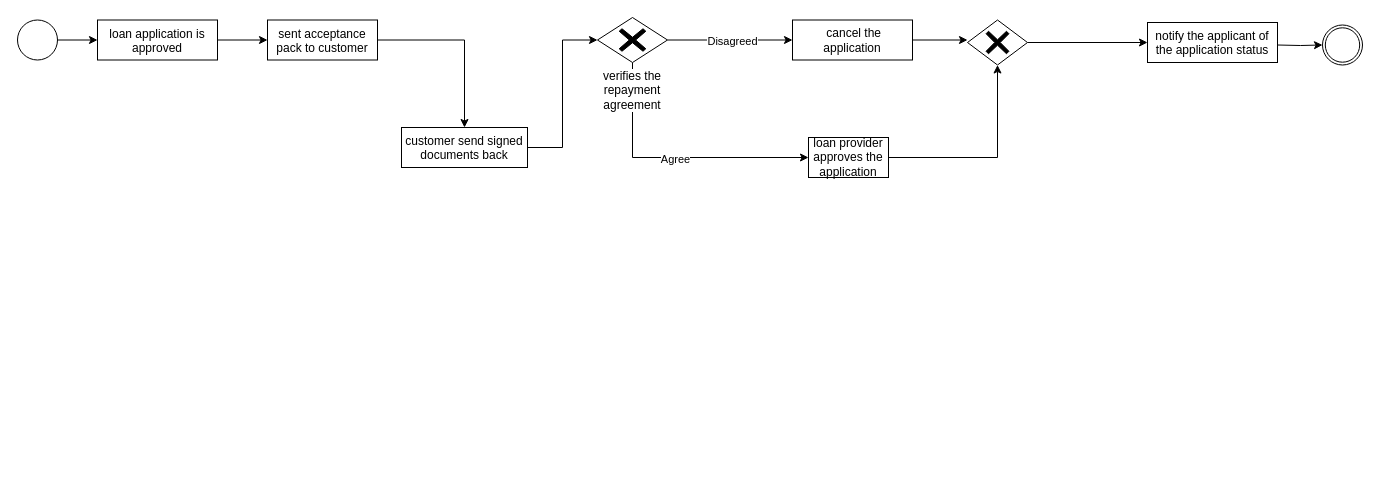
Earlier version of the draw.io diagram 3.2.drawio (20104796/Enterprise-Architecture). Source tidied: cells renumbered, new cells numbered last; positions are measured from the earlier drawing's top-left corner, leaving out a move shared by most shapes. Both pictures are drawn from the tidied source at 100%, with x=0, y=0 at pixel (17, 17).
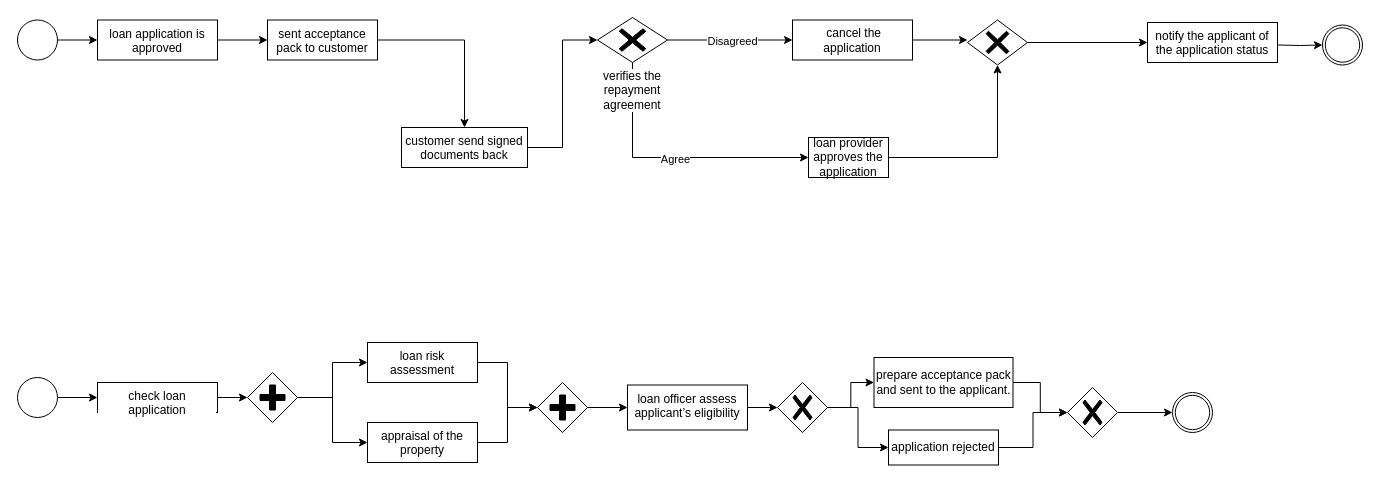
The same diagram, later.

Diff of the diagram source:
```diff
@@
+    <mxCell id="24" style="edgeStyle=orthogonalEdgeStyle;rounded=0;jettySize=auto;html=1;" parent="1" edge="1" source="25" target="26">
+      <mxGeometry relative="1" as="geometry" />
+    </mxCell>
+    <mxCell id="25" style="points=[[0.145,0.145,0],[0.5,0,0],[0.855,0.145,0],[1,0.5,0],[0.855,0.855,0],[0.5,1,0],[0.145,0.855,0],[0,0.5,0]];shape=mxgraph.bpmn.event;html=1;verticalLabelPosition=bottom;labelBackgroundColor=#ffffff;verticalAlign=top;align=center;perimeter=ellipsePerimeter;outlineConnect=0;outline=standard;symbol=general;" parent="1" vertex="1">
+      <mxGeometry y="360" width="40" height="40" as="geometry" />
+    </mxCell>
+    <mxCell id="26" value="check loan application " style="whiteSpace=wrap;html=1;verticalAlign=top;labelBackgroundColor=#ffffff;" parent="1" vertex="1">
+      <mxGeometry x="80" y="365" width="120" height="30" as="geometry" />
+    </mxCell>
+    <mxCell id="27" style="edgeStyle=orthogonalEdgeStyle;rounded=0;jettySize=auto;html=1;entryX=0;entryY=0.5;entryDx=0;entryDy=0;" parent="1" edge="1" source="29" target="31">
+      <mxGeometry relative="1" as="geometry" />
+    </mxCell>
+    <mxCell id="28" style="edgeStyle=orthogonalEdgeStyle;rounded=0;jettySize=auto;html=1;entryX=0;entryY=0.5;entryDx=0;entryDy=0;" parent="1" edge="1" source="29" target="32">
+      <mxGeometry relative="1" as="geometry" />
+    </mxCell>
+    <mxCell id="29" style="points=[[0.25,0.25,0],[0.5,0,0],[0.75,0.25,0],[1,0.5,0],[0.75,0.75,0],[0.5,1,0],[0.25,0.75,0],[0,0.5,0]];shape=mxgraph.bpmn.gateway2;html=1;verticalLabelPosition=bottom;labelBackgroundColor=#ffffff;verticalAlign=top;align=center;perimeter=rhombusPerimeter;outlineConnect=0;outline=none;symbol=none;gwType=parallel;" parent="1" vertex="1">
+      <mxGeometry x="230" y="355" width="50" height="50" as="geometry" />
+    </mxCell>
+    <mxCell id="30" style="edgeStyle=orthogonalEdgeStyle;rounded=0;jettySize=auto;html=1;entryX=0;entryY=0.5;entryDx=0;entryDy=0;entryPerimeter=0;" parent="1" edge="1" source="26" target="29">
+      <mxGeometry relative="1" as="geometry" />
+    </mxCell>
+    <mxCell id="31" value="loan risk assessment" style="whiteSpace=wrap;html=1;verticalAlign=top;labelBackgroundColor=#ffffff;" parent="1" vertex="1">
+      <mxGeometry x="350" y="325" width="110" height="40" as="geometry" />
+    </mxCell>
+    <mxCell id="32" value="appraisal of the property" style="whiteSpace=wrap;html=1;verticalAlign=top;labelBackgroundColor=#ffffff;" parent="1" vertex="1">
+      <mxGeometry x="350" y="405" width="110" height="40" as="geometry" />
+    </mxCell>
+    <mxCell id="33" style="edgeStyle=orthogonalEdgeStyle;rounded=0;jettySize=auto;html=1;" parent="1" edge="1" source="34" target="38">
+      <mxGeometry relative="1" as="geometry" />
+    </mxCell>
+    <mxCell id="34" style="points=[[0.25,0.25,0],[0.5,0,0],[0.75,0.25,0],[1,0.5,0],[0.75,0.75,0],[0.5,1,0],[0.25,0.75,0],[0,0.5,0]];shape=mxgraph.bpmn.gateway2;html=1;verticalLabelPosition=bottom;labelBackgroundColor=#ffffff;verticalAlign=top;align=center;perimeter=rhombusPerimeter;outlineConnect=0;outline=none;symbol=none;gwType=parallel;" parent="1" vertex="1">
+      <mxGeometry x="520" y="365" width="50" height="50" as="geometry" />
+    </mxCell>
+    <mxCell id="35" style="edgeStyle=orthogonalEdgeStyle;rounded=0;jettySize=auto;html=1;entryX=0;entryY=0.5;entryDx=0;entryDy=0;entryPerimeter=0;" parent="1" edge="1" source="31" target="34">
+      <mxGeometry relative="1" as="geometry" />
+    </mxCell>
+    <mxCell id="36" style="edgeStyle=orthogonalEdgeStyle;rounded=0;jettySize=auto;html=1;entryX=0;entryY=0.5;entryDx=0;entryDy=0;entryPerimeter=0;" parent="1" edge="1" source="32" target="34">
+      <mxGeometry relative="1" as="geometry" />
+    </mxCell>
+    <mxCell id="37" style="edgeStyle=orthogonalEdgeStyle;rounded=0;jettySize=auto;html=1;" parent="1" edge="1" source="38" target="41">
+      <mxGeometry relative="1" as="geometry" />
+    </mxCell>
+    <mxCell id="38" value="loan officer assess &lt;br&gt;applicant’s eligibility" style="whiteSpace=wrap;html=1;verticalAlign=top;labelBackgroundColor=#ffffff;" parent="1" vertex="1">
+      <mxGeometry x="610" y="367.5" width="120" height="45" as="geometry" />
+    </mxCell>
+    <mxCell id="39" style="edgeStyle=orthogonalEdgeStyle;rounded=0;jettySize=auto;html=1;entryX=0;entryY=0.5;entryDx=0;entryDy=0;" parent="1" edge="1" source="41" target="43">
+      <mxGeometry relative="1" as="geometry" />
+    </mxCell>
+    <mxCell id="40" style="edgeStyle=orthogonalEdgeStyle;rounded=0;jettySize=auto;html=1;entryX=0;entryY=0.5;entryDx=0;entryDy=0;" parent="1" edge="1" source="41" target="44">
+      <mxGeometry relative="1" as="geometry" />
+    </mxCell>
+    <mxCell id="41" style="points=[[0.25,0.25,0],[0.5,0,0],[0.75,0.25,0],[1,0.5,0],[0.75,0.75,0],[0.5,1,0],[0.25,0.75,0],[0,0.5,0]];shape=mxgraph.bpmn.gateway2;html=1;verticalLabelPosition=bottom;labelBackgroundColor=#ffffff;verticalAlign=top;align=center;perimeter=rhombusPerimeter;outlineConnect=0;outline=none;symbol=none;gwType=exclusive;" parent="1" vertex="1">
+      <mxGeometry x="760" y="365" width="50" height="50" as="geometry" />
+    </mxCell>
+    <mxCell id="42" style="edgeStyle=orthogonalEdgeStyle;rounded=0;jettySize=auto;html=1;" parent="1" edge="1" source="43" target="47">
+      <mxGeometry relative="1" as="geometry" />
+    </mxCell>
+    <mxCell id="43" value="prepare acceptance pack and sent to the applicant." style="rounded=0;whiteSpace=wrap;html=1;" parent="1" vertex="1">
+      <mxGeometry x="856.5" y="340" width="139" height="50" as="geometry" />
+    </mxCell>
+    <mxCell id="44" value="application rejected" style="rounded=0;whiteSpace=wrap;html=1;" parent="1" vertex="1">
+      <mxGeometry x="871" y="412.5" width="110" height="35" as="geometry" />
+    </mxCell>
+    <mxCell id="45" style="points=[[0.145,0.145,0],[0.5,0,0],[0.855,0.145,0],[1,0.5,0],[0.855,0.855,0],[0.5,1,0],[0.145,0.855,0],[0,0.5,0]];shape=mxgraph.bpmn.event;html=1;verticalLabelPosition=bottom;labelBackgroundColor=#ffffff;verticalAlign=top;align=center;perimeter=ellipsePerimeter;outlineConnect=0;outline=throwing;symbol=general;" parent="1" vertex="1">
+      <mxGeometry x="1155" y="375" width="40" height="40" as="geometry" />
+    </mxCell>
+    <mxCell id="46" style="edgeStyle=orthogonalEdgeStyle;rounded=0;jettySize=auto;html=1;" parent="1" edge="1" source="47" target="45">
+      <mxGeometry relative="1" as="geometry" />
+    </mxCell>
+    <mxCell id="47" style="points=[[0.25,0.25,0],[0.5,0,0],[0.75,0.25,0],[1,0.5,0],[0.75,0.75,0],[0.5,1,0],[0.25,0.75,0],[0,0.5,0]];shape=mxgraph.bpmn.gateway2;html=1;verticalLabelPosition=bottom;labelBackgroundColor=#ffffff;verticalAlign=top;align=center;perimeter=rhombusPerimeter;outlineConnect=0;outline=none;symbol=none;gwType=exclusive;" parent="1" vertex="1">
+      <mxGeometry x="1050" y="370" width="50" height="50" as="geometry" />
+    </mxCell>
+    <mxCell id="48" style="edgeStyle=orthogonalEdgeStyle;rounded=0;jettySize=auto;html=1;entryX=0;entryY=0.5;entryDx=0;entryDy=0;entryPerimeter=0;" parent="1" edge="1" source="44" target="47">
+      <mxGeometry relative="1" as="geometry" />
+    </mxCell>
```
